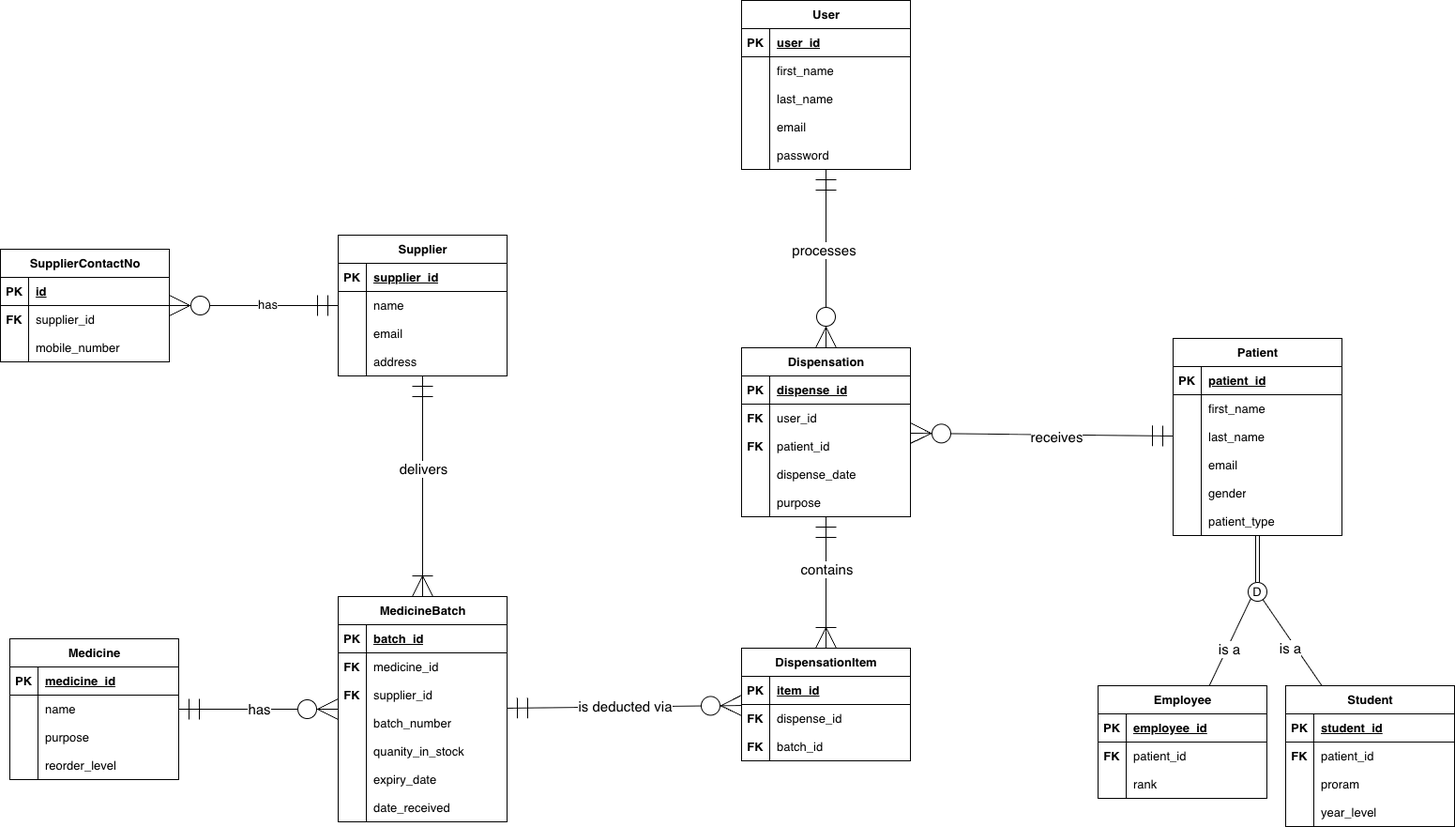
This is ERD.png from sigmacoy/IM1-Final-Capstone, a draw.io export, as it was before one commit. Source tidied: cells renumbered, new cells last; positions are measured from the earlier drawing's top-left corner, leaving out a move shared by most shapes.
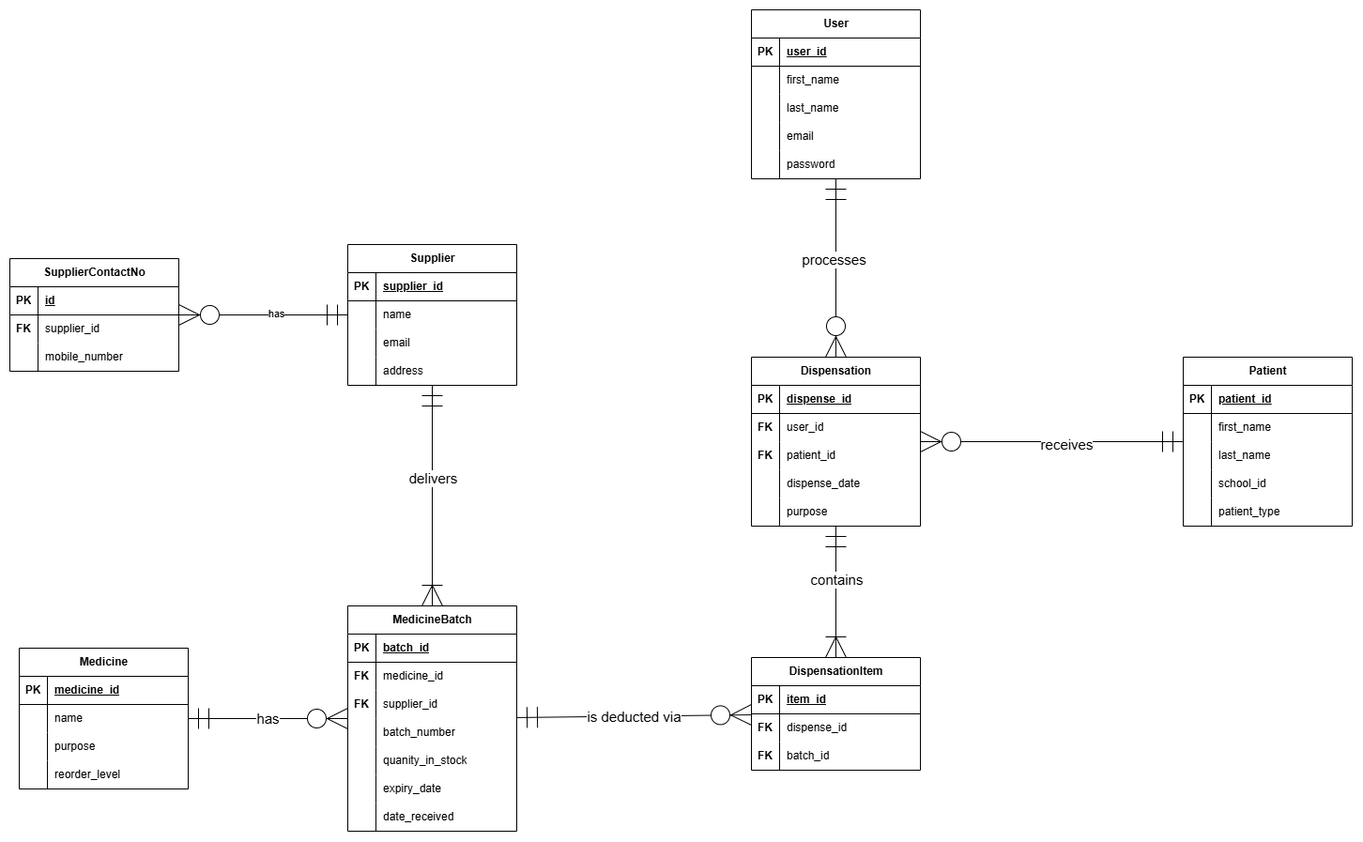
Later version of the same file.

What changed in the source:
```diff
@@ -120,7 +120,7 @@
       <mxGeometry x="30" width="150" height="30" as="geometry" />
     </mxCell>
     <mxCell id="41" value="Patient" style="shape=table;startSize=30;rowLines=0;fontStyle=1;align=center;html=1;" parent="1" vertex="1">
-      <mxGeometry x="1250" y="360" width="180" height="210" as="geometry" />
+      <mxGeometry x="1250" y="370" width="180" height="180" as="geometry" />
     </mxCell>
     <mxCell id="42" style="shape=tableRow;horizontal=0;startSize=0;swimlaneHead=0;swimlaneBody=0;fillColor=none;top=0;left=0;right=0;bottom=1;" parent="41" vertex="1">
       <mxGeometry y="30" width="180" height="30" as="geometry" />
@@ -155,20 +155,11 @@
     <mxCell id="52" style="shape=partialRectangle;fillColor=none;top=0;left=0;bottom=0;right=0;overflow=hidden;whiteSpace=wrap;html=1;" parent="51" vertex="1">
       <mxGeometry width="30" height="30" as="geometry" />
     </mxCell>
-    <mxCell id="53" value="email" style="shape=partialRectangle;fillColor=none;top=0;left=0;bottom=0;right=0;align=left;spacingLeft=6;overflow=hidden;whiteSpace=wrap;html=1;" parent="51" vertex="1">
+    <mxCell id="53" value="school_id" style="shape=partialRectangle;fillColor=none;top=0;left=0;bottom=0;right=0;align=left;spacingLeft=6;overflow=hidden;whiteSpace=wrap;html=1;" parent="51" vertex="1">
       <mxGeometry x="30" width="150" height="30" as="geometry" />
     </mxCell>
-    <mxCell id="54" style="shape=tableRow;horizontal=0;startSize=0;swimlaneHead=0;swimlaneBody=0;fillColor=none;top=0;left=0;right=0;bottom=0;" parent="41" vertex="1">
-      <mxGeometry y="150" width="180" height="30" as="geometry" />
-    </mxCell>
-    <mxCell id="55" style="shape=partialRectangle;fillColor=none;top=0;left=0;bottom=0;right=0;overflow=hidden;whiteSpace=wrap;html=1;" parent="54" vertex="1">
-      <mxGeometry width="30" height="30" as="geometry" />
-    </mxCell>
-    <mxCell id="56" value="gender" style="shape=partialRectangle;fillColor=none;top=0;left=0;bottom=0;right=0;align=left;spacingLeft=6;overflow=hidden;whiteSpace=wrap;html=1;" parent="54" vertex="1">
-      <mxGeometry x="30" width="150" height="30" as="geometry" />
-    </mxCell>
     <mxCell id="57" style="shape=tableRow;horizontal=0;startSize=0;swimlaneHead=0;swimlaneBody=0;fillColor=none;top=0;left=0;right=0;bottom=0;" parent="41" vertex="1">
-      <mxGeometry y="180" width="180" height="30" as="geometry" />
+      <mxGeometry y="150" width="180" height="30" as="geometry" />
     </mxCell>
     <mxCell id="58" style="shape=partialRectangle;fillColor=none;top=0;left=0;bottom=0;right=0;overflow=hidden;whiteSpace=wrap;html=1;" parent="57" vertex="1">
       <mxGeometry width="30" height="30" as="geometry" />
@@ -176,75 +167,6 @@
     <mxCell id="59" value="patient_type" style="shape=partialRectangle;fillColor=none;top=0;left=0;bottom=0;right=0;align=left;spacingLeft=6;overflow=hidden;whiteSpace=wrap;html=1;" parent="57" vertex="1">
       <mxGeometry x="30" width="150" height="30" as="geometry" />
     </mxCell>
-    <mxCell id="60" value="Employee" style="shape=table;startSize=30;rowLines=0;fontStyle=1;align=center;html=1;" parent="1" vertex="1">
-      <mxGeometry x="1170" y="730" width="180" height="120" as="geometry" />
-    </mxCell>
-    <mxCell id="61" style="shape=tableRow;horizontal=0;startSize=0;swimlaneHead=0;swimlaneBody=0;fillColor=none;top=0;left=0;right=0;bottom=1;" parent="60" vertex="1">
-      <mxGeometry y="30" width="180" height="30" as="geometry" />
-    </mxCell>
-    <mxCell id="62" value="PK" style="shape=partialRectangle;fillColor=none;top=0;left=0;bottom=0;right=0;fontStyle=1;overflow=hidden;whiteSpace=wrap;html=1;" parent="61" vertex="1">
-      <mxGeometry width="30" height="30" as="geometry" />
-    </mxCell>
-    <mxCell id="63" value="employee_id" style="shape=partialRectangle;fillColor=none;top=0;left=0;bottom=0;right=0;align=left;spacingLeft=6;fontStyle=5;overflow=hidden;whiteSpace=wrap;html=1;" parent="61" vertex="1">
-      <mxGeometry x="30" width="150" height="30" as="geometry" />
-    </mxCell>
-    <mxCell id="64" style="shape=tableRow;horizontal=0;startSize=0;swimlaneHead=0;swimlaneBody=0;fillColor=none;top=0;left=0;right=0;bottom=0;" parent="60" vertex="1">
-      <mxGeometry y="60" width="180" height="30" as="geometry" />
-    </mxCell>
-    <mxCell id="65" value="&lt;b&gt;FK&lt;/b&gt;" style="shape=partialRectangle;fillColor=none;top=0;left=0;bottom=0;right=0;overflow=hidden;whiteSpace=wrap;html=1;" parent="64" vertex="1">
-      <mxGeometry width="30" height="30" as="geometry" />
-    </mxCell>
-    <mxCell id="66" value="patient_id" style="shape=partialRectangle;fillColor=none;top=0;left=0;bottom=0;right=0;align=left;spacingLeft=6;overflow=hidden;whiteSpace=wrap;html=1;" parent="64" vertex="1">
-      <mxGeometry x="30" width="150" height="30" as="geometry" />
-    </mxCell>
-    <mxCell id="67" style="shape=tableRow;horizontal=0;startSize=0;swimlaneHead=0;swimlaneBody=0;fillColor=none;top=0;left=0;right=0;bottom=0;" parent="60" vertex="1">
-      <mxGeometry y="90" width="180" height="30" as="geometry" />
-    </mxCell>
-    <mxCell id="68" style="shape=partialRectangle;fillColor=none;top=0;left=0;bottom=0;right=0;overflow=hidden;whiteSpace=wrap;html=1;" parent="67" vertex="1">
-      <mxGeometry width="30" height="30" as="geometry" />
-    </mxCell>
-    <mxCell id="69" value="rank" style="shape=partialRectangle;fillColor=none;top=0;left=0;bottom=0;right=0;align=left;spacingLeft=6;overflow=hidden;whiteSpace=wrap;html=1;" parent="67" vertex="1">
-      <mxGeometry x="30" width="150" height="30" as="geometry" />
-    </mxCell>
-    <mxCell id="70" value="Student" style="shape=table;startSize=30;rowLines=0;fontStyle=1;align=center;html=1;" parent="1" vertex="1">
-      <mxGeometry x="1370" y="730" width="180" height="150" as="geometry" />
-    </mxCell>
-    <mxCell id="71" style="shape=tableRow;horizontal=0;startSize=0;swimlaneHead=0;swimlaneBody=0;fillColor=none;top=0;left=0;right=0;bottom=1;" parent="70" vertex="1">
-      <mxGeometry y="30" width="180" height="30" as="geometry" />
-    </mxCell>
-    <mxCell id="72" value="PK" style="shape=partialRectangle;fillColor=none;top=0;left=0;bottom=0;right=0;fontStyle=1;overflow=hidden;whiteSpace=wrap;html=1;" parent="71" vertex="1">
-      <mxGeometry width="30" height="30" as="geometry" />
-    </mxCell>
-    <mxCell id="73" value="student_id" style="shape=partialRectangle;fillColor=none;top=0;left=0;bottom=0;right=0;align=left;spacingLeft=6;fontStyle=5;overflow=hidden;whiteSpace=wrap;html=1;" parent="71" vertex="1">
-      <mxGeometry x="30" width="150" height="30" as="geometry" />
-    </mxCell>
-    <mxCell id="74" style="shape=tableRow;horizontal=0;startSize=0;swimlaneHead=0;swimlaneBody=0;fillColor=none;top=0;left=0;right=0;bottom=0;" parent="70" vertex="1">
-      <mxGeometry y="60" width="180" height="30" as="geometry" />
-    </mxCell>
-    <mxCell id="75" value="&lt;b&gt;FK&lt;/b&gt;" style="shape=partialRectangle;fillColor=none;top=0;left=0;bottom=0;right=0;overflow=hidden;whiteSpace=wrap;html=1;" parent="74" vertex="1">
-      <mxGeometry width="30" height="30" as="geometry" />
-    </mxCell>
-    <mxCell id="76" value="patient_id" style="shape=partialRectangle;fillColor=none;top=0;left=0;bottom=0;right=0;align=left;spacingLeft=6;overflow=hidden;whiteSpace=wrap;html=1;" parent="74" vertex="1">
-      <mxGeometry x="30" width="150" height="30" as="geometry" />
-    </mxCell>
-    <mxCell id="77" style="shape=tableRow;horizontal=0;startSize=0;swimlaneHead=0;swimlaneBody=0;fillColor=none;top=0;left=0;right=0;bottom=0;" parent="70" vertex="1">
-      <mxGeometry y="90" width="180" height="30" as="geometry" />
-    </mxCell>
-    <mxCell id="78" style="shape=partialRectangle;fillColor=none;top=0;left=0;bottom=0;right=0;overflow=hidden;whiteSpace=wrap;html=1;" parent="77" vertex="1">
-      <mxGeometry width="30" height="30" as="geometry" />
-    </mxCell>
-    <mxCell id="79" value="proram" style="shape=partialRectangle;fillColor=none;top=0;left=0;bottom=0;right=0;align=left;spacingLeft=6;overflow=hidden;whiteSpace=wrap;html=1;" parent="77" vertex="1">
-      <mxGeometry x="30" width="150" height="30" as="geometry" />
-    </mxCell>
-    <mxCell id="80" style="shape=tableRow;horizontal=0;startSize=0;swimlaneHead=0;swimlaneBody=0;fillColor=none;top=0;left=0;right=0;bottom=0;" parent="70" vertex="1">
-      <mxGeometry y="120" width="180" height="30" as="geometry" />
-    </mxCell>
-    <mxCell id="81" style="shape=partialRectangle;fillColor=none;top=0;left=0;bottom=0;right=0;overflow=hidden;whiteSpace=wrap;html=1;" parent="80" vertex="1">
-      <mxGeometry width="30" height="30" as="geometry" />
-    </mxCell>
-    <mxCell id="82" value="year_level" style="shape=partialRectangle;fillColor=none;top=0;left=0;bottom=0;right=0;align=left;spacingLeft=6;overflow=hidden;whiteSpace=wrap;html=1;" parent="80" vertex="1">
-      <mxGeometry x="30" width="150" height="30" as="geometry" />
-    </mxCell>
     <mxCell id="83" value="Dispensation" style="shape=table;startSize=30;rowLines=0;fontStyle=1;align=center;html=1;" parent="1" vertex="1">
       <mxGeometry x="790" y="370" width="180" height="180" as="geometry" />
     </mxCell>
@@ -458,28 +380,6 @@
     <mxCell id="153" value="&lt;font style=&quot;font-size: 15px;&quot;&gt;processes&lt;/font&gt;" style="edgeLabel;html=1;align=center;verticalAlign=middle;" parent="152" vertex="1">
       <mxGeometry x="-0.1" y="-3" relative="1" as="geometry" />
     </mxCell>
-    <mxCell id="154" value="D" style="ellipse;whiteSpace=wrap;html=1;" parent="1" vertex="1">
-      <mxGeometry x="1330" y="620" width="20" height="20" as="geometry" />
-    </mxCell>
-    <mxCell id="155" style="shape=link;html=1;rounded=0;" parent="1" edge="1" source="154" target="41">
-      <mxGeometry relative="1" as="geometry" />
-    </mxCell>
-    <mxCell id="156" style="endArrow=none;html=1;rounded=0;entryX=0;entryY=1;entryDx=0;entryDy=0;" parent="1" edge="1" source="60" target="154">
-      <mxGeometry relative="1" as="geometry" />
-    </mxCell>
-    <mxCell id="157" value="&lt;font style=&quot;font-size: 15px;&quot;&gt;is a&lt;/font&gt;" style="edgeLabel;html=1;align=center;verticalAlign=middle;" parent="156" vertex="1">
-      <mxGeometry x="0.02" y="3" relative="1" as="geometry">
-        <mxPoint x="1" y="9" as="offset" />
-      </mxGeometry>
-    </mxCell>
-    <mxCell id="158" style="endArrow=none;html=1;rounded=0;" parent="1" edge="1" source="70" target="154">
-      <mxGeometry relative="1" as="geometry" />
-    </mxCell>
-    <mxCell id="159" value="&lt;font style=&quot;font-size: 15px;&quot;&gt;is a&lt;/font&gt;" style="edgeLabel;html=1;align=center;verticalAlign=middle;" parent="158" vertex="1">
-      <mxGeometry y="3" relative="1" as="geometry">
-        <mxPoint y="4" as="offset" />
-      </mxGeometry>
-    </mxCell>
     <mxCell id="160" style="fontSize=12;html=1;endArrow=ERzeroToMany;startArrow=ERmandOne;rounded=0;startSize=20;endSize=20;" parent="1" edge="1" source="41" target="83">
       <mxGeometry relative="1" as="geometry" />
     </mxCell>
```
